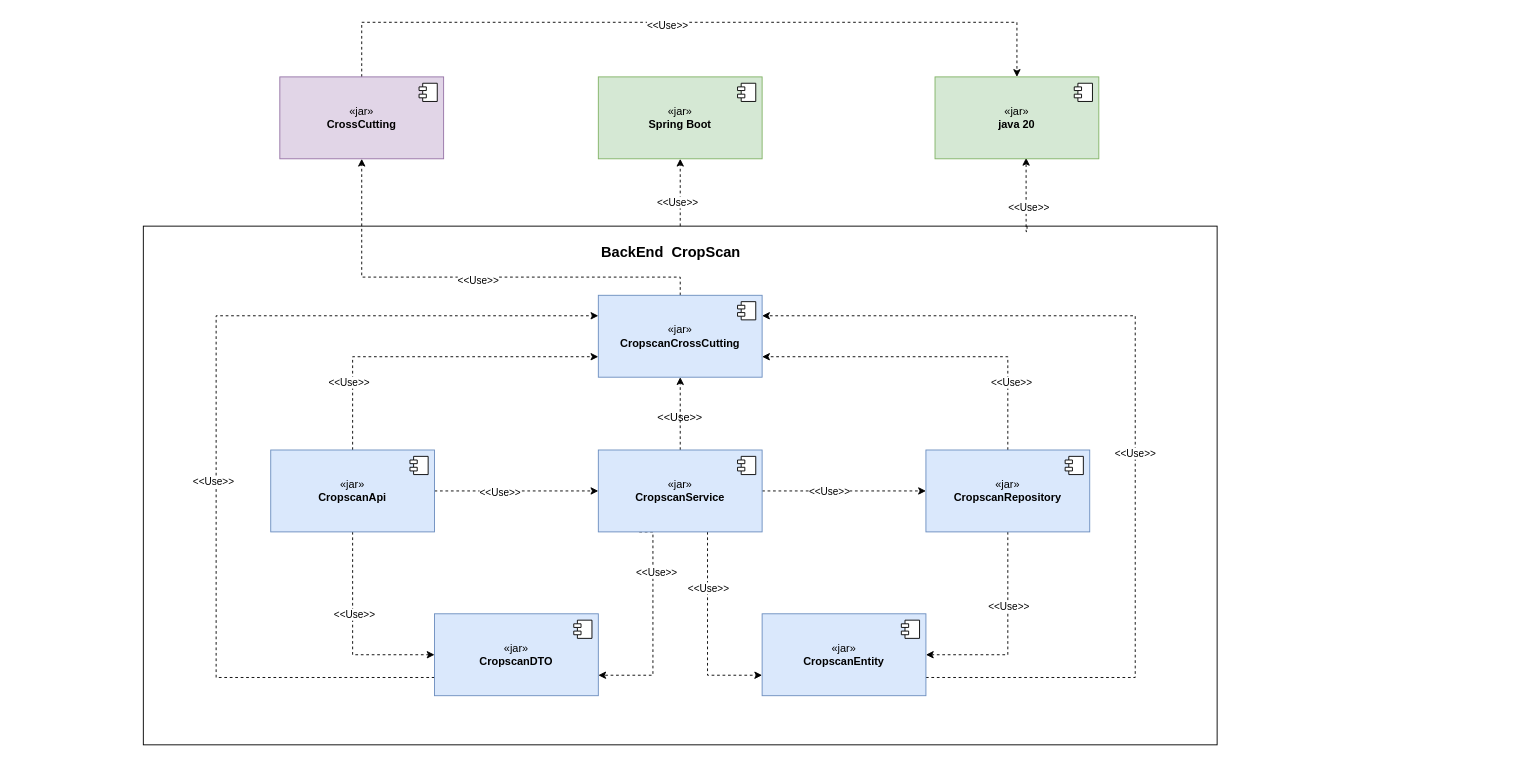
1193090526alexander/IngenieriaDeSotwareII keeps this draw.io diagram as proyecto de clase cropscan/Diagrama de componentes.drawio. Above is the earlier version. Source tidied: cells renumbered, new cells numbered last; positions are measured from the earlier drawing's top-left corner, leaving out a move shared by most shapes. Both pictures are drawn from the tidied source at 91%, with x=0, y=0 at pixel (143, 22).
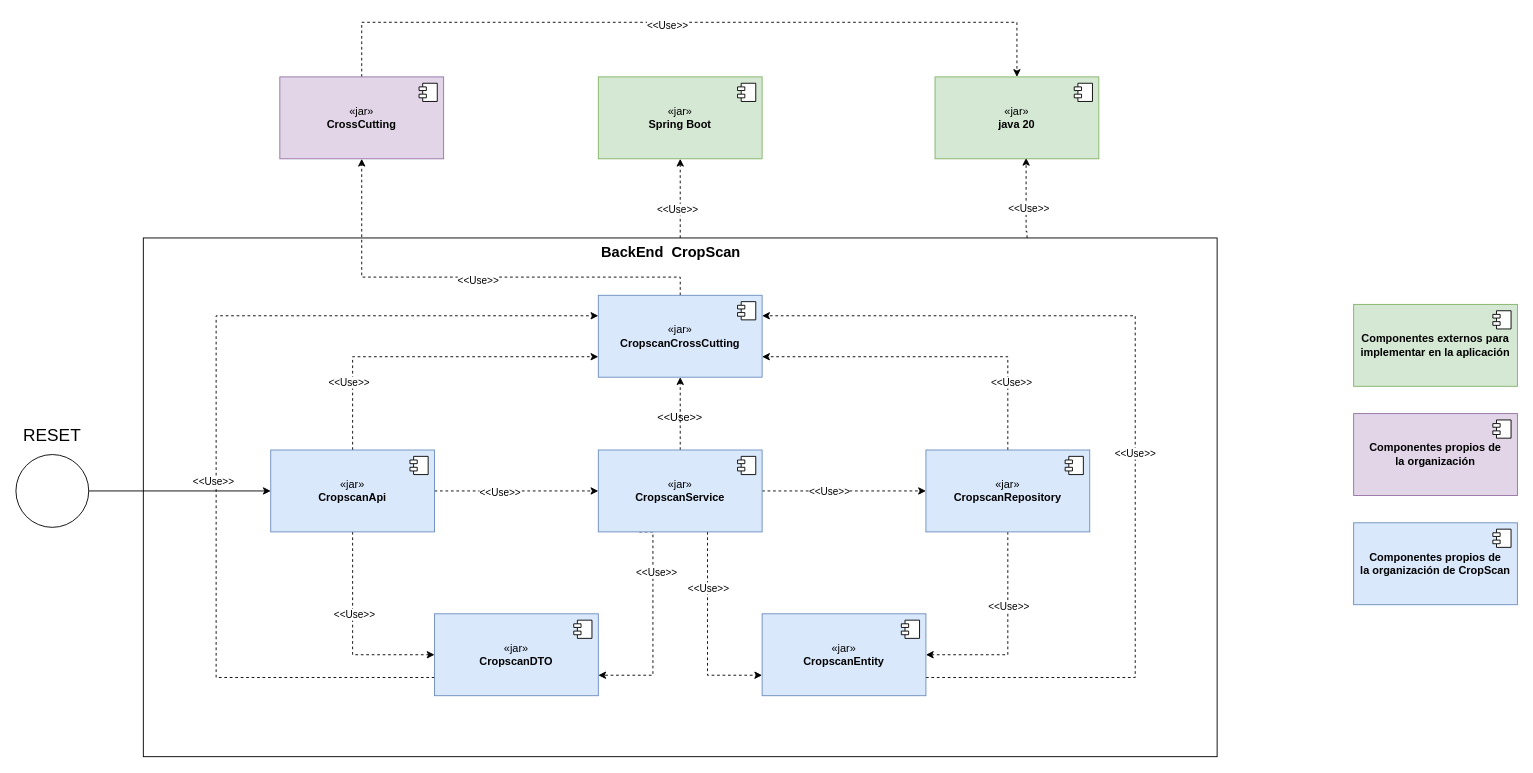
Above is the later version.

Unchanged cells that the change refers to:
```xml
<mxCell id="8" value="«jar»&lt;br&gt;&lt;b&gt;CropscanApi&lt;/b&gt;" style="html=1;whiteSpace=wrap;fillColor=#dae8fc;strokeColor=#6c8ebf;" parent="1" vertex="1">
  <mxGeometry x="140" y="470" width="180" height="90" as="geometry" />
</mxCell>
```

Diff of the diagram source:
```diff
@@
     <mxCell id="42" style="rounded=0;whiteSpace=wrap;html=1;fillColor=none;" parent="1" vertex="1">
-      <mxGeometry y="224" width="1180" height="570" as="geometry" />
+      <mxGeometry y="237" width="1180" height="570" as="geometry" />
     </mxCell>
@@
+    <mxCell id="52" style="edgeStyle=orthogonalEdgeStyle;rounded=0;jettySize=auto;html=1;entryX=0;entryY=0.5;entryDx=0;entryDy=0;" parent="1" edge="1" source="53" target="8">
+      <mxGeometry relative="1" as="geometry" />
+    </mxCell>
+    <mxCell id="53" style="ellipse;whiteSpace=wrap;html=1;" parent="1" vertex="1">
+      <mxGeometry x="-140" y="475" width="80" height="80" as="geometry" />
+    </mxCell>
+    <mxCell id="54" value="&lt;b&gt;Componentes externos para implementar en la&amp;nbsp;aplicación&lt;/b&gt;" style="html=1;whiteSpace=wrap;fillColor=#d5e8d4;strokeColor=#82b366;" parent="1" vertex="1">
+      <mxGeometry x="1330" y="310" width="180" height="90" as="geometry" />
+    </mxCell>
+    <mxCell id="55" style="shape=module;jettyWidth=8;jettyHeight=4;" parent="54" vertex="1">
+      <mxGeometry x="1" width="20" height="20" relative="1" as="geometry">
+        <mxPoint x="-27" y="7" as="offset" />
+      </mxGeometry>
+    </mxCell>
+    <mxCell id="56" value="&lt;b&gt;Componentes&amp;nbsp;propios de la&amp;nbsp;organización&lt;/b&gt;" style="html=1;whiteSpace=wrap;fillColor=#e1d5e7;strokeColor=#9673a6;" parent="1" vertex="1">
+      <mxGeometry x="1330" y="430" width="180" height="90" as="geometry" />
+    </mxCell>
+    <mxCell id="57" style="shape=module;jettyWidth=8;jettyHeight=4;" parent="56" vertex="1">
+      <mxGeometry x="1" width="20" height="20" relative="1" as="geometry">
+        <mxPoint x="-27" y="7" as="offset" />
+      </mxGeometry>
+    </mxCell>
+    <mxCell id="58" value="&lt;b&gt;Componentes&amp;nbsp;propios de la&amp;nbsp;organización de CropScan&lt;/b&gt;" style="html=1;whiteSpace=wrap;fillColor=#dae8fc;strokeColor=#6c8ebf;" parent="1" vertex="1">
+      <mxGeometry x="1330" y="550" width="180" height="90" as="geometry" />
+    </mxCell>
+    <mxCell id="59" style="shape=module;jettyWidth=8;jettyHeight=4;" parent="58" vertex="1">
+      <mxGeometry x="1" width="20" height="20" relative="1" as="geometry">
+        <mxPoint x="-27" y="7" as="offset" />
+      </mxGeometry>
+    </mxCell>
+    <mxCell id="60" value="&lt;font style=&quot;font-size: 19px;&quot;&gt;RESET&lt;/font&gt;" style="text;html=1;strokeColor=none;fillColor=none;align=center;verticalAlign=middle;whiteSpace=wrap;rounded=0;" parent="1" vertex="1">
+      <mxGeometry x="-130" y="440" width="60" height="30" as="geometry" />
+    </mxCell>
```
